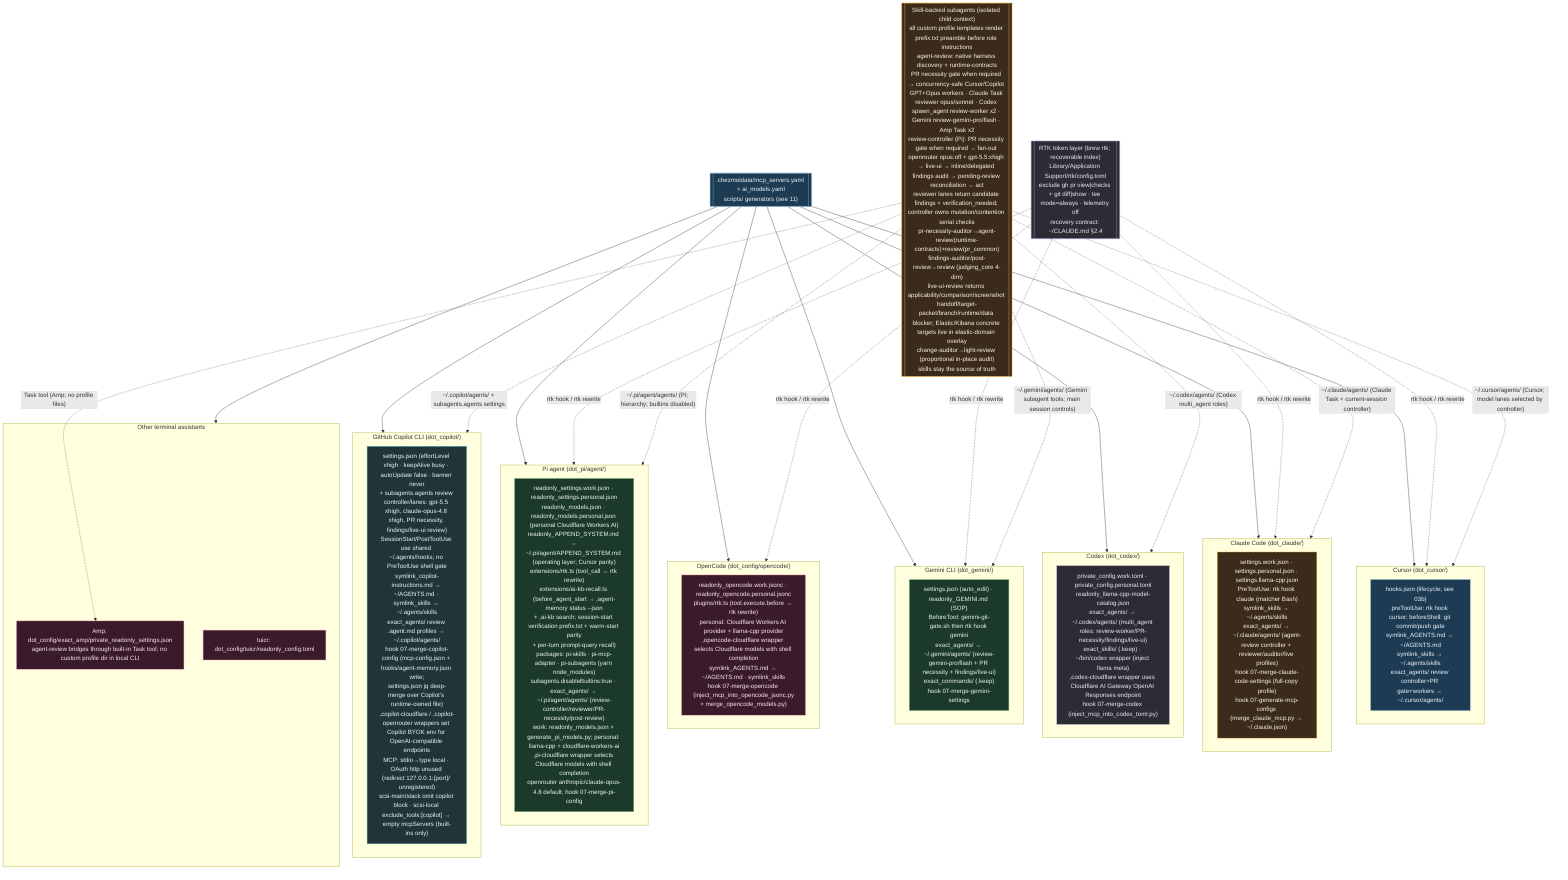
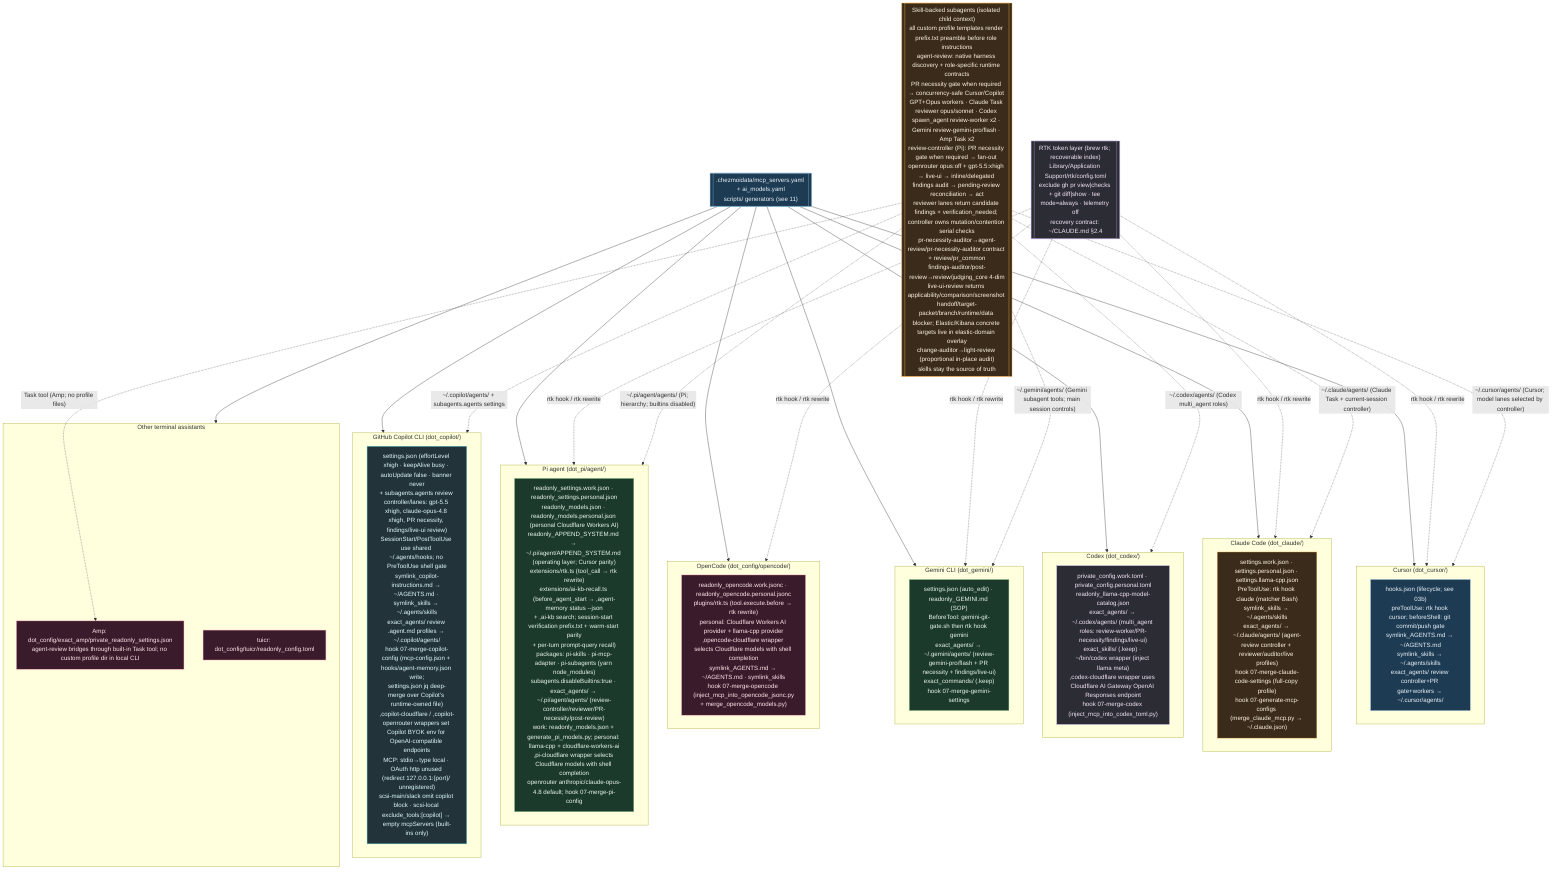
%% ============================================================================
%% 12-ai-tool-configs.mmd — Every per-tool AI config file in home/.
%% Pattern: source carries .work + .personal variants; a 07-merge-* hook picks
%% by isWork and merges generated MCP/model blocks into the live config.
%% ============================================================================
flowchart TB
    classDef cursor fill:#1d3b53,stroke:#7fb3d5,color:#eaf2f8;
    classDef claude fill:#3a2b1b,stroke:#ffb74d,color:#fff3e0;
    classDef codex fill:#2c2c34,stroke:#b39ddb,color:#f3e5f5;
    classDef gem fill:#1b3a2b,stroke:#81c784,color:#e8f5e9;
    classDef oc fill:#3a1b2b,stroke:#f48fb1,color:#fce4ec;
    classDef cop fill:#22343a,stroke:#4dd0e1,color:#e0f7fa;

    subgraph CURSOR["Cursor (dot_cursor/)"]
        CU["hooks.json (lifecycle; see 03b)<br/>preToolUse: rtk hook cursor; beforeShell: git commit/push gate<br/>symlink_AGENTS.md → ~/AGENTS.md<br/>symlink_skills → ~/.agents/skills<br/>exact_agents/ review controller+PR gate+workers → ~/.cursor/agents/"]:::cursor
    end

    subgraph CLAUDE["Claude Code (dot_claude/)"]
        CLD["settings.work.json · settings.personal.json · settings.llama-cpp.json<br/>PreToolUse: rtk hook claude (matcher Bash)<br/>symlink_skills → ~/.agents/skills<br/>exact_agents/ → ~/.claude/agents/ (agent-review controller + reviewer/auditor/live profiles)<br/>hook 07-merge-claude-code-settings (full-copy profile)<br/>hook 07-generate-mcp-configs (merge_claude_mcp.py → ~/.claude.json)"]:::claude
    end

    subgraph CODEX["Codex (dot_codex/)"]
        CDX["private_config.work.toml · private_config.personal.toml<br/>readonly_llama-cpp-model-catalog.json<br/>exact_agents/ → ~/.codex/agents/ (multi_agent roles: review-worker/PR-necessity/findings/live-ui)<br/>exact_skills/ (.keep) · ~/bin/codex wrapper (inject llama meta)<br/>,codex-cloudflare wrapper uses Cloudflare AI Gateway OpenAI Responses endpoint<br/>hook 07-merge-codex (inject_mcp_into_codex_toml.py)"]:::codex
    end

    subgraph GEMINI["Gemini CLI (dot_gemini/)"]
        GMN["settings.json (auto_edit) · readonly_GEMINI.md (SOP)<br/>BeforeTool: gemini-git-gate.sh then rtk hook gemini<br/>exact_agents/ → ~/.gemini/agents/ (review-gemini-pro/flash + PR necessity + findings/live-ui)<br/>exact_commands/ (.keep)<br/>hook 07-merge-gemini-settings"]:::gem
    end

    subgraph OPENCODE["OpenCode (dot_config/opencode/)"]
        OPC["readonly_opencode.work.jsonc · readonly_opencode.personal.jsonc<br/>plugins/rtk.ts (tool.execute.before → rtk rewrite)<br/>personal: Cloudflare Workers AI provider + llama-cpp provider<br/>,opencode-cloudflare wrapper selects Cloudflare models with shell completion<br/>symlink_AGENTS.md → ~/AGENTS.md · symlink_skills<br/>hook 07-merge-opencode (inject_mcp_into_opencode_jsonc.py<br/>+ merge_opencode_models.py)"]:::oc
    end

    subgraph PI["Pi agent (dot_pi/agent/)"]
        PIA["readonly_settings.work.json · readonly_settings.personal.json<br/>readonly_models.json · readonly_models.personal.json (personal Cloudflare Workers AI)<br/>readonly_APPEND_SYSTEM.md → ~/.pi/agent/APPEND_SYSTEM.md (operating layer; Cursor parity)<br/>extensions/rtk.ts (tool_call → rtk rewrite)<br/>extensions/ai-kb-recall.ts (before_agent_start → ,agent-memory status --json<br/>+ ,ai-kb search; session-start verification prefix.txt + warm-start parity<br/>+ per-turn prompt-query recall)<br/>packages: pi-skills · pi-mcp-adapter · pi-subagents (yarn node_modules)<br/>subagents.disableBuiltins:true · exact_agents/ → ~/.pi/agent/agents/ (review-controller/reviewer/PR-necessity/post-review)<br/>work: readonly_models.json + generate_pi_models.py; personal: llama-cpp + cloudflare-workers-ai<br/>,pi-cloudflare wrapper selects Cloudflare models with shell completion<br/>openrouter anthropic/claude-opus-4.8 default; hook 07-merge-pi-config"]:::gem
    end

    subgraph COPILOT["GitHub Copilot CLI (dot_copilot/)"]
        COP["settings.json (effortLevel xhigh · keepAlive busy · autoUpdate false · banner never<br/>+ subagents.agents review controller/lanes: gpt-5.5 xhigh, claude-opus-4.8 xhigh, PR necessity, findings/live-ui review)<br/>SessionStart/PostToolUse use shared ~/.agents/hooks; no PreToolUse shell gate<br/>symlink_copilot-instructions.md → ~/AGENTS.md · symlink_skills → ~/.agents/skills<br/>exact_agents/ review .agent.md profiles → ~/.copilot/agents/<br/>hook 07-merge-copilot-config (mcp-config.json + hooks/agent-memory.json write;<br/>settings.json jq deep-merge over Copilot's runtime-owned file)<br/>,copilot-cloudflare / ,copilot-openrouter wrappers set Copilot BYOK env for OpenAI-compatible endpoints<br/>MCP: stdio→type local · OAuth http unused (redirect 127.0.0.1:{port}/ unregistered)<br/>scsi-main/slack omit copilot block · scsi-local exclude_tools:[copilot] → empty mcpServers (built-ins only)"]:::cop
    end

    subgraph OTHER["Other terminal assistants"]
        AMP["Amp: dot_config/exact_amp/private_readonly_settings.json<br/>agent-review bridges through built-in Task tool; no custom profile dir in local CLI"]:::oc
        TUI["tuicr: dot_config/tuicr/readonly_config.toml"]:::oc
    end

    REG[[".chezmoidata/mcp_servers.yaml + ai_models.yaml<br/>scripts/ generators (see 11)"]]:::cursor
    REG --> CURSOR & CLAUDE & CODEX & GEMINI & OPENCODE & PI & COPILOT & OTHER

    RTK[["RTK token layer (brew rtk; recoverable index)<br/>Library/Application Support/rtk/config.toml<br/>exclude gh pr view|checks + git diff|show · tee mode=always · telemetry off<br/>recovery contract: ~/CLAUDE.md §2.4"]]:::codex
    RTK -.->|"rtk hook / rtk rewrite"| CURSOR & CLAUDE & GEMINI & OPENCODE & PI

-     SUBA[["Skill-backed subagents (isolated child context)<br/>all custom profile templates render prefix.txt preamble before role instructions<br/>agent-review: native harness discovery + runtime-contracts<br/>PR necessity gate when required → concurrency-safe Cursor/Copilot GPT+Opus workers · Claude Task reviewer opus/sonnet · Codex spawn_agent review-worker x2 · Gemini review-gemini-pro/flash · Amp Task x2<br/>review-controller (Pi): PR necessity gate when required → fan-out openrouter opus:off + gpt-5.5:xhigh → live-ui → inline/delegated findings audit → pending-review reconciliation → act<br/>reviewer lanes return candidate findings + verification_needed; controller owns mutation/contention serial checks<br/>pr-necessity-auditor→agent-review(runtime-contracts)+review(pr_common)<br/>findings-auditor/post-review→review (judging_core 4-dim)<br/>live-ui-review returns applicability/comparison/screenshot handoff/target-packet/branch/runtime/data blocker; Elastic/Kibana concrete targets live in elastic-domain overlay<br/>change-auditor→light-review (proportional in-place audit)<br/>skills stay the source of truth"]]:::claude
+     SUBA[["Skill-backed subagents (isolated child context)<br/>all custom profile templates render prefix.txt preamble before role instructions<br/>agent-review: native harness discovery + role-specific runtime contracts<br/>PR necessity gate when required → concurrency-safe Cursor/Copilot GPT+Opus workers · Claude Task reviewer opus/sonnet · Codex spawn_agent review-worker x2 · Gemini review-gemini-pro/flash · Amp Task x2<br/>review-controller (Pi): PR necessity gate when required → fan-out openrouter opus:off + gpt-5.5:xhigh → live-ui → inline/delegated findings audit → pending-review reconciliation → act<br/>reviewer lanes return candidate findings + verification_needed; controller owns mutation/contention serial checks<br/>pr-necessity-auditor→agent-review/pr-necessity-auditor contract + review/pr_common<br/>findings-auditor/post-review→review/judging_core 4-dim<br/>live-ui-review returns applicability/comparison/screenshot handoff/target-packet/branch/runtime/data blocker; Elastic/Kibana concrete targets live in elastic-domain overlay<br/>change-auditor→light-review (proportional in-place audit)<br/>skills stay the source of truth"]]:::claude
    SUBA -.->|"~/.cursor/agents/ (Cursor; model lanes selected by controller)"| CURSOR
    SUBA -.->|"~/.copilot/agents/ + subagents.agents settings"| COPILOT
    SUBA -.->|"~/.claude/agents/ (Claude Task + current-session controller)"| CLAUDE
    SUBA -.->|"~/.codex/agents/ (Codex multi_agent roles)"| CODEX
    SUBA -.->|"~/.gemini/agents/ (Gemini subagent tools; main session controls)"| GEMINI
    SUBA -.->|"Task tool (Amp; no profile files)"| AMP
    SUBA -.->|"~/.pi/agent/agents/ (Pi; hierarchy; builtins disabled)"| PI
